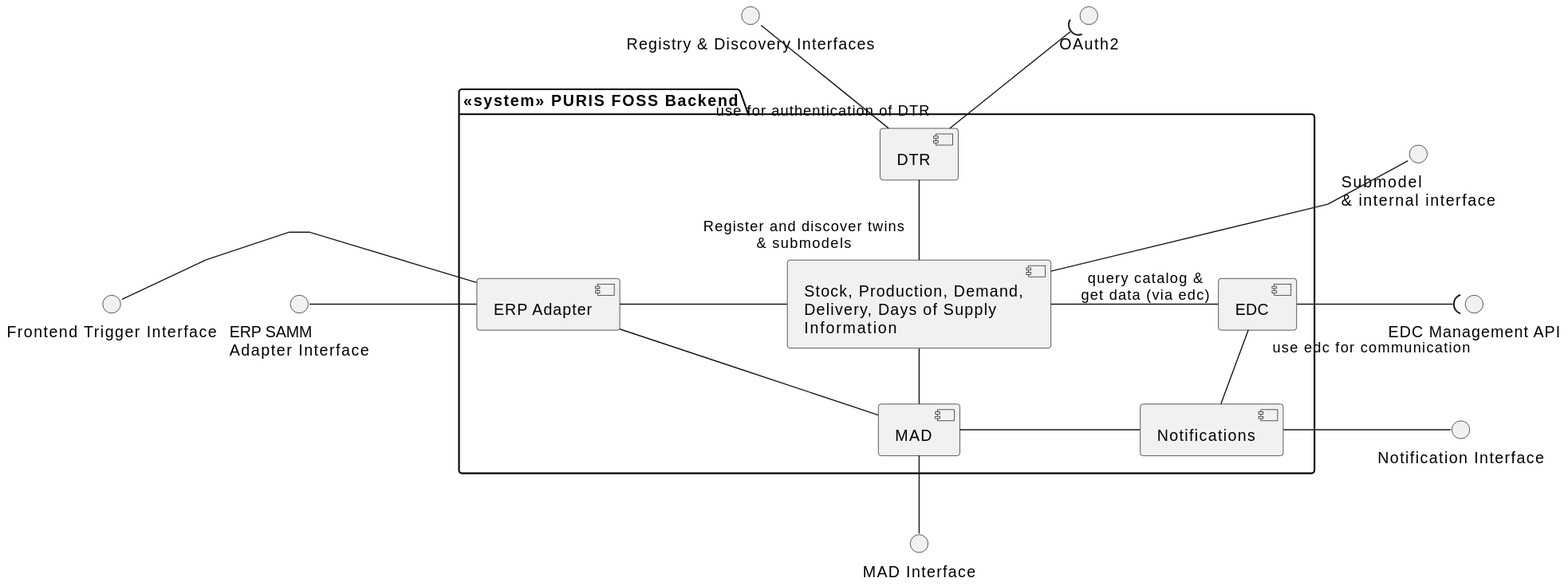
Before: docs/architecture/img/05-level-1-backend.svg, a diagram exported from PlantUML (eclipse-tractusx/puris).
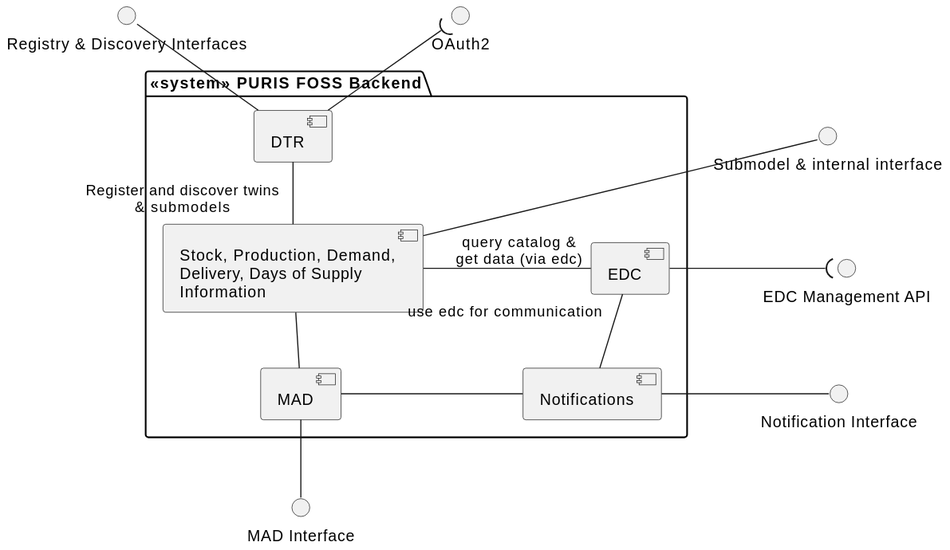
Later version of the same file.

What changed in the source:
```diff
@@ -6,39 +6,32 @@
 () mad_interface as "MAD Interface"
 () dtr_interface as "Registry & Discovery Interfaces"
 () oauth as "OAuth2"
-() erp_interface as "ERP SAMM\nAdapter Interface"
 () edc_interface as "EDC Management API"
 () not_interface as "Notification Interface"
-() erp_frontend_interface as "Frontend Trigger Interface"
-() data_interface as "Submodel \n& internal interface"
+() data_interface as "Submodel & internal interface"
 
 package "<<system>> PURIS FOSS Backend"{
 
   [DTR] as dtr
-  [ERP Adapter] as erp
   [Stock, Production, Demand,\nDelivery, Days of Supply\nInformation] as stock
   [EDC] as edc
   [Notifications] as not
   [MAD] as mad
 }
 
-erp -left- erp_interface
-erp -left- erp_frontend_interface
 dtr_interface -down- dtr
-oauth )-down-  "use for authentication of DTR" dtr
+oauth )-down- dtr
 
 not -up- "use edc for communication" edc
 
 dtr -down- "Register and discover twins\n& submodels" stock
 data_interface -down- stock
-stock -left- erp
 stock -right- "query catalog &\nget data (via edc)" edc
 stock -down- mad
 edc -right-( edc_interface
 
 mad -- mad_interface
 mad -right- not
-erp -- mad
 
 not -right- not_interface
 @enduml
```
